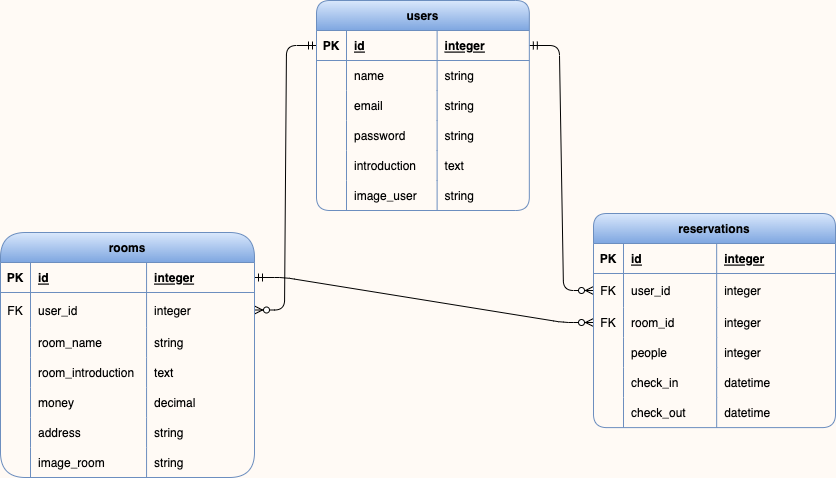
togo2023/rails_test2 keeps this draw.io diagram as ER.drawio.png. Above is the earlier version. Source tidied: cells renumbered, new cells last; positions are measured from the earlier drawing's top-left corner, leaving out a move shared by most shapes.
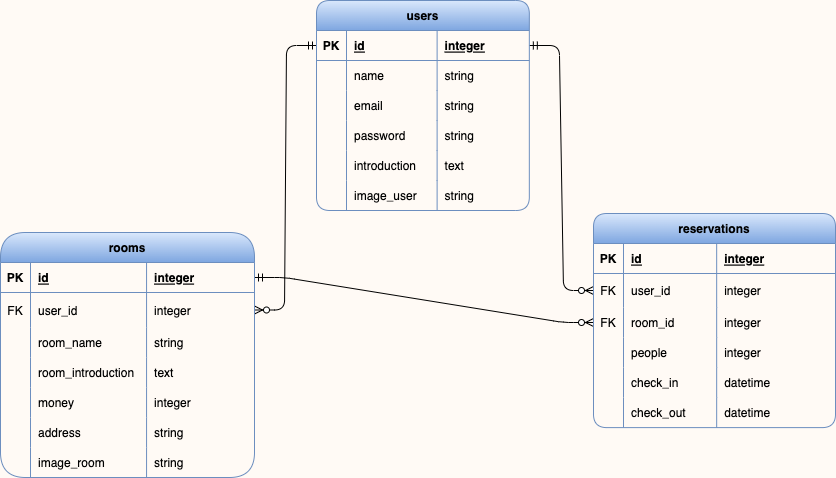
The same file after the commit.

Change to the diagram source:
```diff
@@ -158,7 +158,7 @@
     <mxCell id="53" value="money" style="shape=partialRectangle;fillColor=none;top=0;left=0;bottom=0;right=0;align=left;spacingLeft=6;overflow=hidden;rounded=1;labelBackgroundColor=none;labelBorderColor=none;fillStyle=auto;strokeColor=#6C8EBF;fontColor=#000000;" parent="51" vertex="1">
       <mxGeometry x="30" width="116.1" height="30" as="geometry" />
     </mxCell>
-    <mxCell id="54" value="decimal" style="shape=partialRectangle;fillColor=none;top=0;left=0;bottom=0;right=0;align=left;spacingLeft=6;overflow=hidden;rounded=1;labelBackgroundColor=none;labelBorderColor=none;fillStyle=auto;strokeColor=#6C8EBF;fontColor=#000000;" parent="51" vertex="1">
+    <mxCell id="54" value="integer" style="shape=partialRectangle;fillColor=none;top=0;left=0;bottom=0;right=0;align=left;spacingLeft=6;overflow=hidden;rounded=1;labelBackgroundColor=none;labelBorderColor=none;fillStyle=auto;strokeColor=#6C8EBF;fontColor=#000000;" parent="51" vertex="1">
       <mxGeometry x="146.1" width="107.9" height="30" as="geometry" />
     </mxCell>
     <mxCell id="55" style="shape=tableRow;horizontal=0;startSize=0;swimlaneHead=0;swimlaneBody=0;fillColor=none;top=0;left=0;right=0;bottom=0;rounded=1;labelBackgroundColor=none;labelBorderColor=none;fillStyle=auto;strokeColor=#6C8EBF;fontColor=#000000;" parent="34" vertex="1">
```
